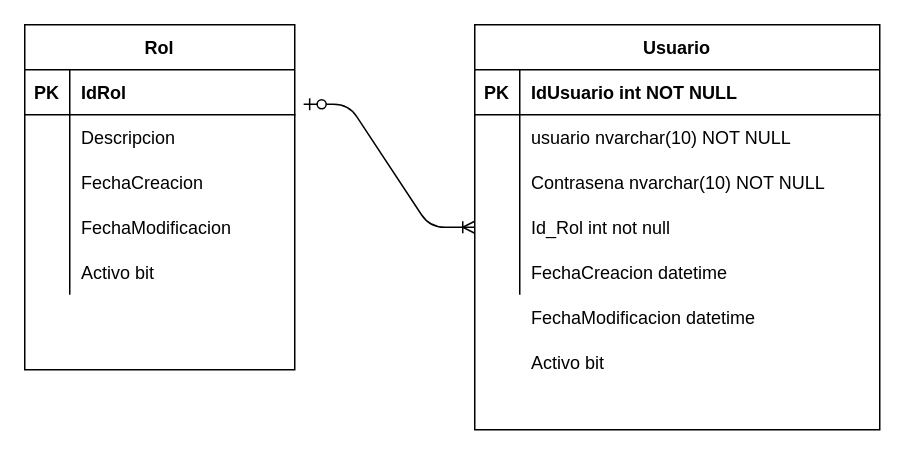
This is Diagramas/EntidadRelacion.drawio from Cicery/ProyectoTallerMecanico, a draw.io file, before an edit. Source tidied: cells renumbered, new cells numbered last; positions are measured from the earlier drawing's top-left corner, leaving out a move shared by most shapes. Both pictures are drawn from the tidied source at 150%, with x=0, y=0 at pixel (24, 24).
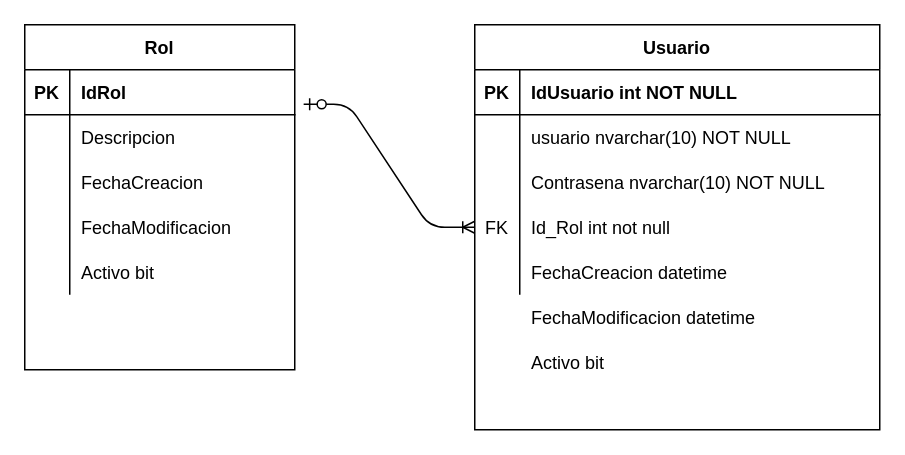
The same page after the edit.

The change refers to these unchanged cells:
```xml
<mxCell id="12" style="shape=partialRectangle;fillColor=none;points=[[0,0.5],[1,0.5]];portConstraint=eastwest;top=0;left=0;right=0;bottom=0;" parent="2" vertex="1">
  <mxGeometry y="120" width="270" height="30" as="geometry" />
</mxCell>
```

The edit, as a diff of the source:
```diff
@@
-    <mxCell id="13" style="shape=partialRectangle;overflow=hidden;fillColor=none;top=0;left=0;bottom=0;right=0;" parent="12" vertex="1">
+    <mxCell id="13" value="FK" style="shape=partialRectangle;overflow=hidden;fillColor=none;top=0;left=0;bottom=0;right=0;" parent="12" vertex="1">
       <mxGeometry width="30" height="30" as="geometry" />
     </mxCell>
```
